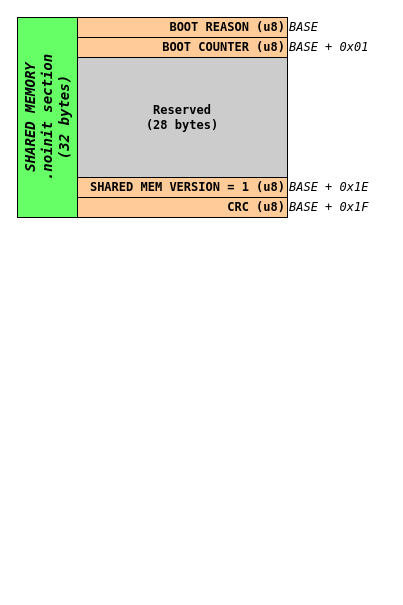
GeneralEmbeddedCLibraries/boot keeps this draw.io diagram as page "Boot<->App Interface" (4 of 5) of doc/Bootloader_Drawings.drawio. Above is the earlier version. Source tidied: cells renumbered, new cells numbered last; positions are measured from the earlier drawing's top-left corner, leaving out a move shared by most shapes. Both pictures are drawn from the tidied source at 100%, with x=0, y=0 at pixel (17, 17).
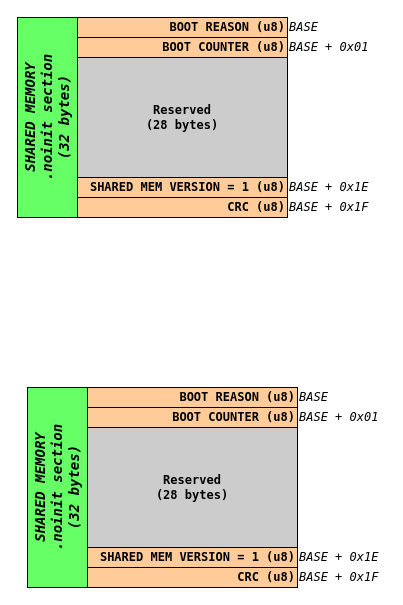
Above is the later version.

What changed in the source:
```diff
@@
+    <mxCell id="12" value="SHARED MEMORY&lt;br&gt;.noinit section&lt;br&gt;(32 bytes)" style="rounded=0;whiteSpace=wrap;html=1;strokeWidth=1;horizontal=0;fontStyle=3;fillColor=#66FF66;fontSize=14;fontFamily=Lucida Console;" parent="1" vertex="1">
+      <mxGeometry x="10" y="370" width="60" height="200" as="geometry" />
+    </mxCell>
+    <mxCell id="13" value="SHARED MEM VERSION = 1 (u8)" style="rounded=0;whiteSpace=wrap;html=1;strokeWidth=1;fontFamily=Lucida Console;fillColor=#FFCC99;fontStyle=1;align=right;" parent="1" vertex="1">
+      <mxGeometry x="70" y="530" width="210" height="20" as="geometry" />
+    </mxCell>
+    <mxCell id="14" value="BOOT REASON (u8)" style="rounded=0;whiteSpace=wrap;html=1;strokeWidth=1;fontFamily=Lucida Console;fillColor=#FFCC99;fontStyle=1;align=right;" parent="1" vertex="1">
+      <mxGeometry x="70" y="370" width="210" height="20" as="geometry" />
+    </mxCell>
+    <mxCell id="15" value="BOOT COUNTER (u8)" style="rounded=0;whiteSpace=wrap;html=1;strokeWidth=1;fontFamily=Lucida Console;fillColor=#FFCC99;fontStyle=1;align=right;" parent="1" vertex="1">
+      <mxGeometry x="70" y="390" width="210" height="20" as="geometry" />
+    </mxCell>
+    <mxCell id="16" value="BASE" style="text;html=1;strokeColor=none;fillColor=none;align=left;verticalAlign=middle;whiteSpace=wrap;rounded=0;strokeWidth=3;fontFamily=Lucida Console;fontStyle=2;" parent="1" vertex="1">
+      <mxGeometry x="280" y="370" width="88" height="20" as="geometry" />
+    </mxCell>
+    <mxCell id="17" value="CRC (u8)" style="rounded=0;whiteSpace=wrap;html=1;strokeWidth=1;fontFamily=Lucida Console;fillColor=#FFCC99;fontStyle=1;align=right;" parent="1" vertex="1">
+      <mxGeometry x="70" y="550" width="210" height="20" as="geometry" />
+    </mxCell>
+    <mxCell id="18" value="Reserved&lt;br&gt;(28 bytes)" style="rounded=0;whiteSpace=wrap;html=1;strokeWidth=1;fontFamily=Lucida Console;fillColor=#CCCCCC;fontStyle=1;" parent="1" vertex="1">
+      <mxGeometry x="70" y="410" width="210" height="120" as="geometry" />
+    </mxCell>
+    <mxCell id="19" value="BASE + 0x01" style="text;html=1;strokeColor=none;fillColor=none;align=left;verticalAlign=middle;whiteSpace=wrap;rounded=0;strokeWidth=3;fontFamily=Lucida Console;fontStyle=2;" parent="1" vertex="1">
+      <mxGeometry x="280" y="390" width="88" height="20" as="geometry" />
+    </mxCell>
+    <mxCell id="20" value="BASE + 0x1E" style="text;html=1;strokeColor=none;fillColor=none;align=left;verticalAlign=middle;whiteSpace=wrap;rounded=0;strokeWidth=3;fontFamily=Lucida Console;fontStyle=2;" parent="1" vertex="1">
+      <mxGeometry x="280" y="530" width="88" height="20" as="geometry" />
+    </mxCell>
+    <mxCell id="21" value="BASE + 0x1F" style="text;html=1;strokeColor=none;fillColor=none;align=left;verticalAlign=middle;whiteSpace=wrap;rounded=0;strokeWidth=3;fontFamily=Lucida Console;fontStyle=2;" parent="1" vertex="1">
+      <mxGeometry x="280" y="550" width="88" height="20" as="geometry" />
+    </mxCell>
```
